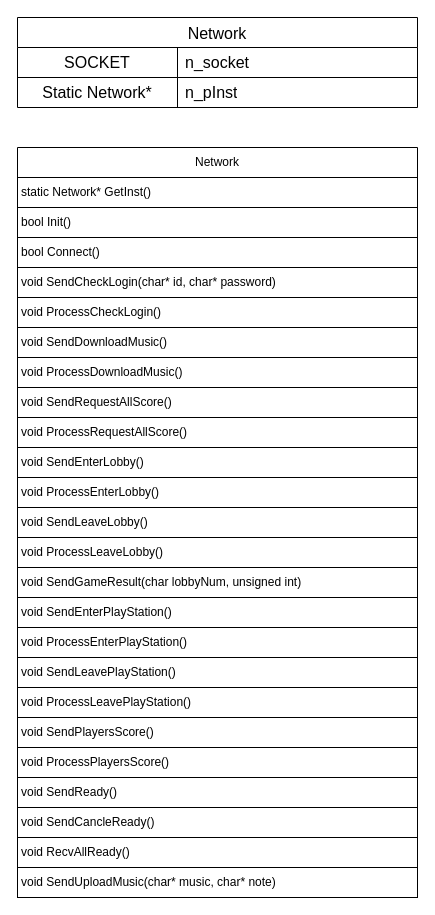
This is drawio/Network.drawio from rmrgns/NetGameTeamProject, a draw.io file, before an edit. Source tidied: cells renumbered, new cells numbered last; positions are measured from the earlier drawing's top-left corner, leaving out a move shared by most shapes. Both pictures are drawn from the tidied source at 100%, with x=0, y=0 at pixel (17, 17).
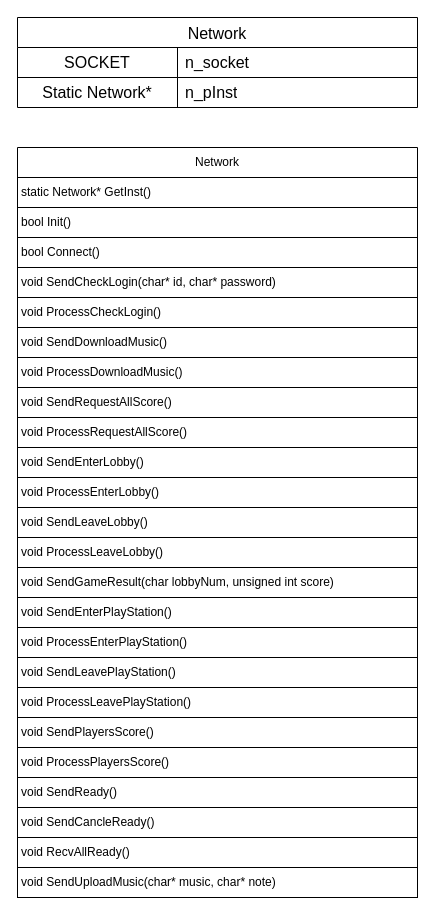
The same diagram, later.

The change refers to these unchanged cells:
```xml
<mxCell id="2" value="Network" style="swimlane;fontStyle=0;horizontal=1;startSize=30;whiteSpace=wrap;html=1;" parent="1" vertex="1">
  <mxGeometry y="130" width="400" height="750" as="geometry" />
</mxCell>
```

The edit, as a diff of the source:
```diff
@@
-    <mxCell id="16" value="void SendGameResult(char lobbyNum, unsigned int)&amp;nbsp;" style="text;strokeColor=default;fillColor=none;align=left;verticalAlign=middle;spacingLeft=4;spacingRight=0;overflow=hidden;whiteSpace=wrap;html=1;spacing=0;" parent="2" vertex="1">
+    <mxCell id="16" value="void SendGameResult(char lobbyNum, unsigned int score)&amp;nbsp;" style="text;strokeColor=default;fillColor=none;align=left;verticalAlign=middle;spacingLeft=4;spacingRight=0;overflow=hidden;whiteSpace=wrap;html=1;spacing=0;" parent="2" vertex="1">
       <mxGeometry y="420" width="400" height="30" as="geometry" />
     </mxCell>
```
